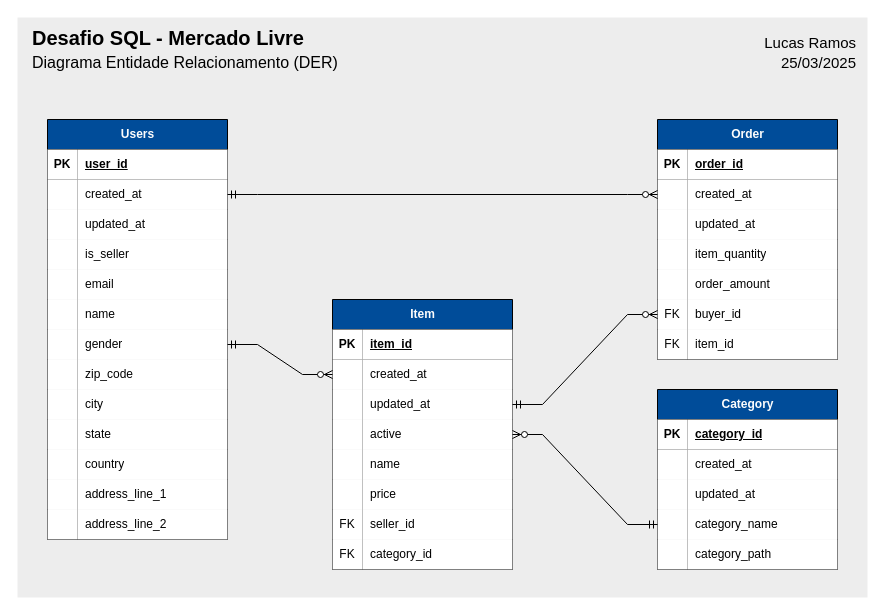
This is er_diagrams/meli-sql-challenge-DER.drawio from ramoslucas-lr/meli-sql-challenge, a draw.io file, before an edit. Source tidied: cells renumbered, new cells numbered last; positions are measured from the earlier drawing's top-left corner, leaving out a move shared by most shapes. Both pictures are drawn from the tidied source at 100%, with x=0, y=0 at pixel (17, 17).
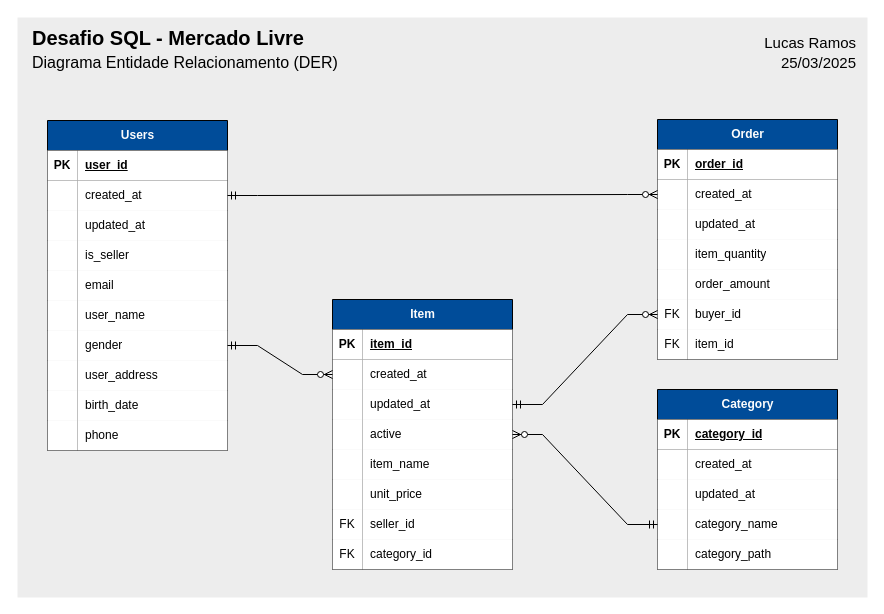
After the change.

Commit message (it also covers changes not shown here):
feat: rename columns and simplify user address

Unchanged cells that the change refers to:
```xml
<mxCell id="19" style="shape=tableRow;horizontal=0;startSize=0;swimlaneHead=0;swimlaneBody=0;fillColor=none;top=0;left=0;right=0;bottom=0;" parent="3" vertex="1">
  <mxGeometry y="180" width="180" height="30" as="geometry" />
</mxCell>
<mxCell id="56" style="shape=tableRow;horizontal=0;startSize=0;swimlaneHead=0;swimlaneBody=0;fillColor=none;top=0;left=0;right=0;bottom=0;" parent="43" vertex="1">
  <mxGeometry y="150" width="180" height="30" as="geometry" />
</mxCell>
<mxCell id="59" style="shape=tableRow;horizontal=0;startSize=0;swimlaneHead=0;swimlaneBody=0;fillColor=none;top=0;left=0;right=0;bottom=0;" parent="43" vertex="1">
  <mxGeometry y="180" width="180" height="30" as="geometry" />
</mxCell>
```

Diff of the diagram source:
```diff
@@
     <mxCell id="3" value="Users" style="shape=table;startSize=30;childLayout=tableLayout;rowLines=0;fontStyle=1;align=center;html=1;fillColor=#004C99;fontColor=#FCFCFC;" parent="1" vertex="1">
-      <mxGeometry x="30" y="102" width="180" height="420" as="geometry" />
+      <mxGeometry x="30" y="103" width="180" height="330" as="geometry" />
     </mxCell>
@@
-    <mxCell id="21" value="name" style="shape=partialRectangle;fillColor=default;top=0;left=0;bottom=0;right=0;align=left;spacingLeft=6;overflow=hidden;whiteSpace=wrap;html=1;" parent="19" vertex="1">
+    <mxCell id="21" value="user_name" style="shape=partialRectangle;fillColor=default;top=0;left=0;bottom=0;right=0;align=left;spacingLeft=6;overflow=hidden;whiteSpace=wrap;html=1;" parent="19" vertex="1">
       <mxGeometry x="30" width="150" height="30" as="geometry" />
     </mxCell>
@@
-    <mxCell id="25" style="shape=tableRow;horizontal=0;startSize=0;swimlaneHead=0;swimlaneBody=0;fillColor=none;top=0;left=0;right=0;bottom=0;" parent="3" vertex="1">
-      <mxGeometry y="240" width="180" height="30" as="geometry" />
-    </mxCell>
-    <mxCell id="26" value="&lt;div&gt;&lt;br&gt;&lt;/div&gt;&lt;div&gt;&lt;br&gt;&lt;/div&gt;" style="shape=partialRectangle;fillColor=default;top=0;left=0;bottom=0;right=0;overflow=hidden;whiteSpace=wrap;html=1;" parent="25" vertex="1">
-      <mxGeometry width="30" height="30" as="geometry" />
-    </mxCell>
-    <mxCell id="27" value="zip_code" style="shape=partialRectangle;fillColor=default;top=0;left=0;bottom=0;right=0;align=left;spacingLeft=6;overflow=hidden;whiteSpace=wrap;html=1;" parent="25" vertex="1">
-      <mxGeometry x="30" width="150" height="30" as="geometry" />
-    </mxCell>
-    <mxCell id="28" style="shape=tableRow;horizontal=0;startSize=0;swimlaneHead=0;swimlaneBody=0;fillColor=none;top=0;left=0;right=0;bottom=0;" parent="3" vertex="1">
-      <mxGeometry y="270" width="180" height="30" as="geometry" />
-    </mxCell>
-    <mxCell id="29" value="&lt;div&gt;&lt;br&gt;&lt;/div&gt;&lt;div&gt;&lt;br&gt;&lt;/div&gt;" style="shape=partialRectangle;fillColor=default;top=0;left=0;bottom=0;right=0;overflow=hidden;whiteSpace=wrap;html=1;" parent="28" vertex="1">
-      <mxGeometry width="30" height="30" as="geometry" />
-    </mxCell>
-    <mxCell id="30" value="city" style="shape=partialRectangle;fillColor=default;top=0;left=0;bottom=0;right=0;align=left;spacingLeft=6;overflow=hidden;whiteSpace=wrap;html=1;" parent="28" vertex="1">
-      <mxGeometry x="30" width="150" height="30" as="geometry" />
-    </mxCell>
-    <mxCell id="31" style="shape=tableRow;horizontal=0;startSize=0;swimlaneHead=0;swimlaneBody=0;fillColor=none;top=0;left=0;right=0;bottom=0;" parent="3" vertex="1">
-      <mxGeometry y="300" width="180" height="30" as="geometry" />
-    </mxCell>
-    <mxCell id="32" value="&lt;div&gt;&lt;br&gt;&lt;/div&gt;&lt;div&gt;&lt;br&gt;&lt;/div&gt;" style="shape=partialRectangle;fillColor=default;top=0;left=0;bottom=0;right=0;overflow=hidden;whiteSpace=wrap;html=1;" parent="31" vertex="1">
-      <mxGeometry width="30" height="30" as="geometry" />
-    </mxCell>
-    <mxCell id="33" value="state" style="shape=partialRectangle;fillColor=default;top=0;left=0;bottom=0;right=0;align=left;spacingLeft=6;overflow=hidden;whiteSpace=wrap;html=1;" parent="31" vertex="1">
-      <mxGeometry x="30" width="150" height="30" as="geometry" />
-    </mxCell>
-    <mxCell id="34" style="shape=tableRow;horizontal=0;startSize=0;swimlaneHead=0;swimlaneBody=0;fillColor=none;top=0;left=0;right=0;bottom=0;" parent="3" vertex="1">
-      <mxGeometry y="330" width="180" height="30" as="geometry" />
-    </mxCell>
-    <mxCell id="35" value="&lt;div&gt;&lt;br&gt;&lt;/div&gt;&lt;div&gt;&lt;br&gt;&lt;/div&gt;" style="shape=partialRectangle;fillColor=default;top=0;left=0;bottom=0;right=0;overflow=hidden;whiteSpace=wrap;html=1;" parent="34" vertex="1">
-      <mxGeometry width="30" height="30" as="geometry" />
-    </mxCell>
-    <mxCell id="36" value="country" style="shape=partialRectangle;fillColor=default;top=0;left=0;bottom=0;right=0;align=left;spacingLeft=6;overflow=hidden;whiteSpace=wrap;html=1;" parent="34" vertex="1">
-      <mxGeometry x="30" width="150" height="30" as="geometry" />
-    </mxCell>
-    <mxCell id="37" style="shape=tableRow;horizontal=0;startSize=0;swimlaneHead=0;swimlaneBody=0;fillColor=none;top=0;left=0;right=0;bottom=0;" parent="3" vertex="1">
-      <mxGeometry y="360" width="180" height="30" as="geometry" />
-    </mxCell>
-    <mxCell id="38" value="&lt;div&gt;&lt;br&gt;&lt;/div&gt;&lt;div&gt;&lt;br&gt;&lt;/div&gt;" style="shape=partialRectangle;fillColor=default;top=0;left=0;bottom=0;right=0;overflow=hidden;whiteSpace=wrap;html=1;" parent="37" vertex="1">
-      <mxGeometry width="30" height="30" as="geometry" />
-    </mxCell>
-    <mxCell id="39" value="address_line_1" style="shape=partialRectangle;fillColor=default;top=0;left=0;bottom=0;right=0;align=left;spacingLeft=6;overflow=hidden;whiteSpace=wrap;html=1;" parent="37" vertex="1">
-      <mxGeometry x="30" width="150" height="30" as="geometry" />
-    </mxCell>
     <mxCell id="40" style="shape=tableRow;horizontal=0;startSize=0;swimlaneHead=0;swimlaneBody=0;fillColor=none;top=0;left=0;right=0;bottom=0;" parent="3" vertex="1">
-      <mxGeometry y="390" width="180" height="30" as="geometry" />
+      <mxGeometry y="240" width="180" height="30" as="geometry" />
     </mxCell>
@@
-    <mxCell id="42" value="address_line_2" style="shape=partialRectangle;fillColor=default;top=0;left=0;bottom=0;right=0;align=left;spacingLeft=6;overflow=hidden;whiteSpace=wrap;html=1;" parent="40" vertex="1">
+    <mxCell id="42" value="user_address" style="shape=partialRectangle;fillColor=default;top=0;left=0;bottom=0;right=0;align=left;spacingLeft=6;overflow=hidden;whiteSpace=wrap;html=1;" parent="40" vertex="1">
       <mxGeometry x="30" width="150" height="30" as="geometry" />
     </mxCell>
+    <mxCell id="28" style="shape=tableRow;horizontal=0;startSize=0;swimlaneHead=0;swimlaneBody=0;fillColor=none;top=0;left=0;right=0;bottom=0;" parent="3" vertex="1">
+      <mxGeometry y="270" width="180" height="30" as="geometry" />
+    </mxCell>
+    <mxCell id="114" value="&lt;div&gt;&lt;br&gt;&lt;/div&gt;&lt;div&gt;&lt;br&gt;&lt;/div&gt;" style="shape=partialRectangle;fillColor=default;top=0;left=0;bottom=0;right=0;overflow=hidden;whiteSpace=wrap;html=1;" parent="28" vertex="1">
+      <mxGeometry width="30" height="30" as="geometry" />
+    </mxCell>
+    <mxCell id="115" value="birth_date" style="shape=partialRectangle;fillColor=default;top=0;left=0;bottom=0;right=0;align=left;spacingLeft=6;overflow=hidden;whiteSpace=wrap;html=1;" parent="28" vertex="1">
+      <mxGeometry x="30" width="150" height="30" as="geometry" />
+    </mxCell>
+    <mxCell id="31" style="shape=tableRow;horizontal=0;startSize=0;swimlaneHead=0;swimlaneBody=0;fillColor=none;top=0;left=0;right=0;bottom=0;" parent="3" vertex="1">
+      <mxGeometry y="300" width="180" height="30" as="geometry" />
+    </mxCell>
+    <mxCell id="116" value="&lt;div&gt;&lt;br&gt;&lt;/div&gt;&lt;div&gt;&lt;br&gt;&lt;/div&gt;" style="shape=partialRectangle;fillColor=default;top=0;left=0;bottom=0;right=0;overflow=hidden;whiteSpace=wrap;html=1;" parent="31" vertex="1">
+      <mxGeometry width="30" height="30" as="geometry" />
+    </mxCell>
+    <mxCell id="117" value="phone" style="shape=partialRectangle;fillColor=default;top=0;left=0;bottom=0;right=0;align=left;spacingLeft=6;overflow=hidden;whiteSpace=wrap;html=1;" parent="31" vertex="1">
+      <mxGeometry x="30" width="150" height="30" as="geometry" />
+    </mxCell>
@@
-    <mxCell id="58" value="name" style="shape=partialRectangle;fillColor=default;top=0;left=0;bottom=0;right=0;align=left;spacingLeft=6;overflow=hidden;whiteSpace=wrap;html=1;" parent="56" vertex="1">
+    <mxCell id="58" value="item_name" style="shape=partialRectangle;fillColor=default;top=0;left=0;bottom=0;right=0;align=left;spacingLeft=6;overflow=hidden;whiteSpace=wrap;html=1;" parent="56" vertex="1">
       <mxGeometry x="30" width="150" height="30" as="geometry" />
     </mxCell>
@@
-    <mxCell id="61" value="price" style="shape=partialRectangle;fillColor=default;top=0;left=0;bottom=0;right=0;align=left;spacingLeft=6;overflow=hidden;whiteSpace=wrap;html=1;" parent="59" vertex="1">
+    <mxCell id="61" value="unit_price" style="shape=partialRectangle;fillColor=default;top=0;left=0;bottom=0;right=0;align=left;spacingLeft=6;overflow=hidden;whiteSpace=wrap;html=1;" parent="59" vertex="1">
       <mxGeometry x="30" width="150" height="30" as="geometry" />
     </mxCell>
```
